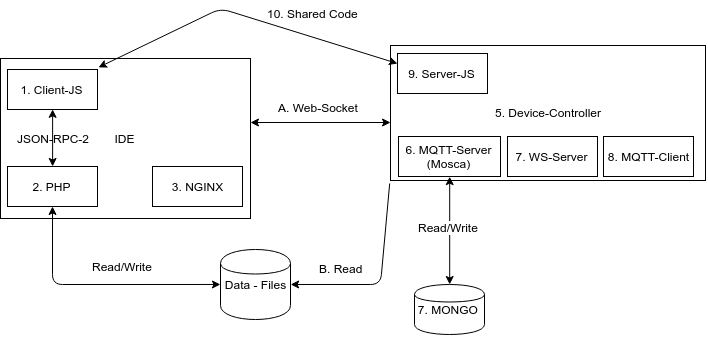
Before: misc/overview_code.png, a diagram exported from draw.io (viktor-evdokimov/net-commander). Source tidied: cells renumbered, new cells last; positions are measured from the earlier drawing's top-left corner, leaving out a move shared by most shapes.
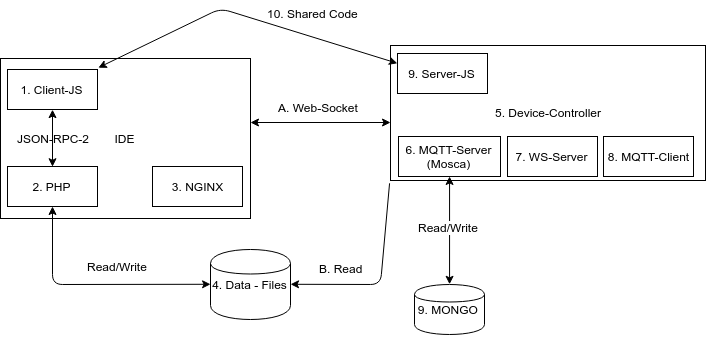
The same diagram one commit later.

Diff of the diagram source:
```diff
@@ -11,7 +11,7 @@
     <mxCell id="4" value="3. NGINX" style="whiteSpace=wrap;html=1;" parent="1" vertex="1">
       <mxGeometry x="152" y="158" width="90" height="40" as="geometry" />
     </mxCell>
-    <mxCell id="5" value="7. MONGO&amp;nbsp;" style="shape=cylinder;whiteSpace=wrap;html=1;" parent="1" vertex="1">
+    <mxCell id="5" value="9. MONGO&amp;nbsp;" style="shape=cylinder;whiteSpace=wrap;html=1;" parent="1" vertex="1">
       <mxGeometry x="414" y="276" width="70" height="50" as="geometry" />
     </mxCell>
     <mxCell id="6" value="5. Device-Controller" style="whiteSpace=wrap;html=1;" parent="1" vertex="1">
@@ -46,8 +46,8 @@
     <mxCell id="14" value="Read/Write" style="text;html=1;align=center;verticalAlign=middle;labelBackgroundColor=#ffffff;" parent="13" vertex="1">
       <mxGeometry x="0.06" y="1" relative="1" as="geometry" />
     </mxCell>
-    <mxCell id="15" value="Data - Files" style="shape=cylinder;whiteSpace=wrap;html=1;" parent="1" vertex="1">
-      <mxGeometry x="220" y="241" width="70" height="70" as="geometry" />
+    <mxCell id="15" value="4. Data - Files" style="shape=cylinder;whiteSpace=wrap;html=1;" parent="1" vertex="1">
+      <mxGeometry x="210" y="241" width="80" height="70" as="geometry" />
     </mxCell>
     <mxCell id="16" style="endArrow=classic;startArrow=classic;html=1;exitX=0;exitY=0.5;" parent="1" edge="1" source="15" target="3">
       <mxGeometry relative="1" as="geometry">
```
